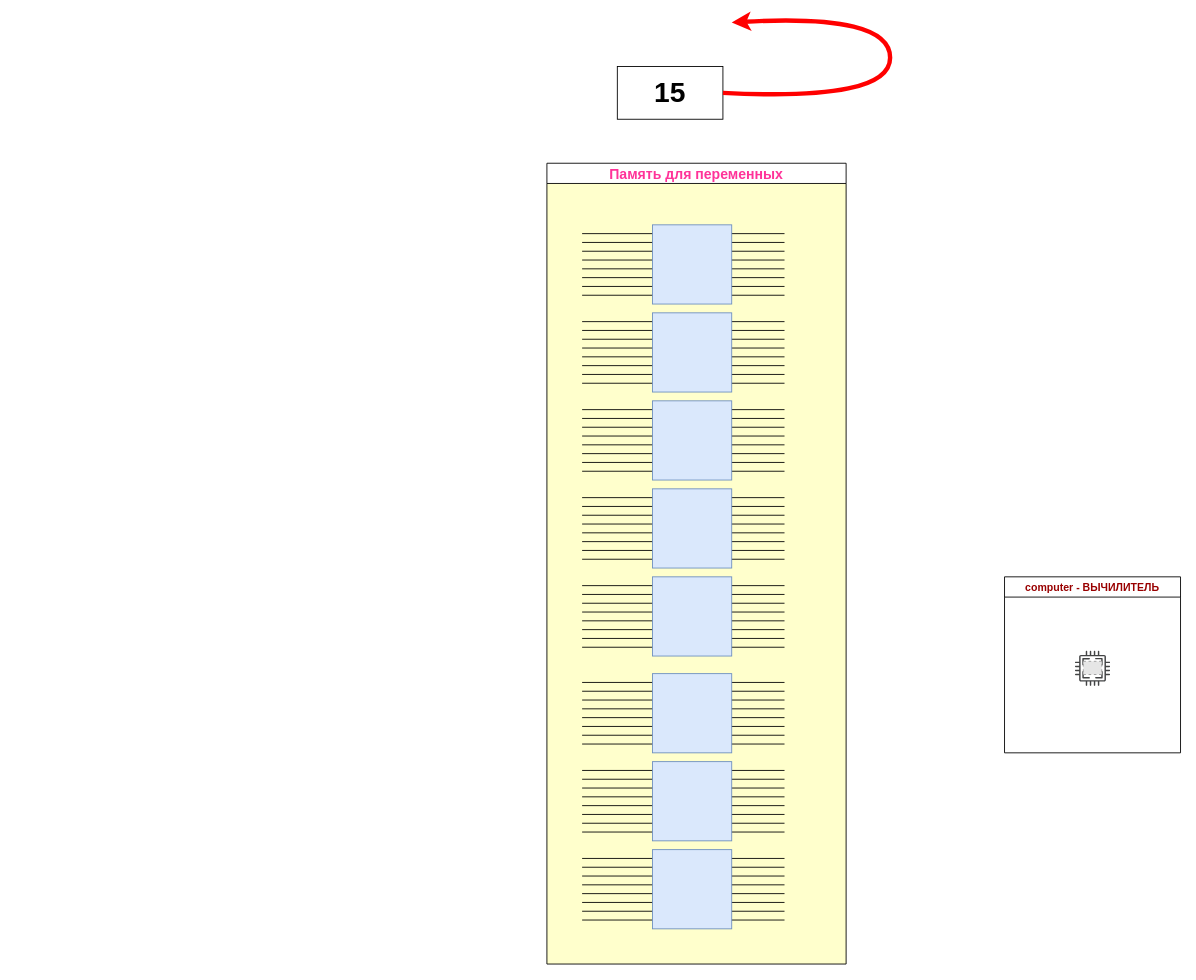
Before: page "переменные в памяти" (2 of 3) of Диаграмма без названия.drawio in DavidkaBenAvraham/full-stack-develeper-cource, a draw.io diagram. Source tidied: cells renumbered, new cells numbered last; positions are measured from the earlier drawing's top-left corner, leaving out a move shared by most shapes. Both pictures are drawn from the tidied source at 88%, with x=0, y=0 at pixel (546, 13). Pictures stored in the file or linked from it are replaced by grey dashed boxes.
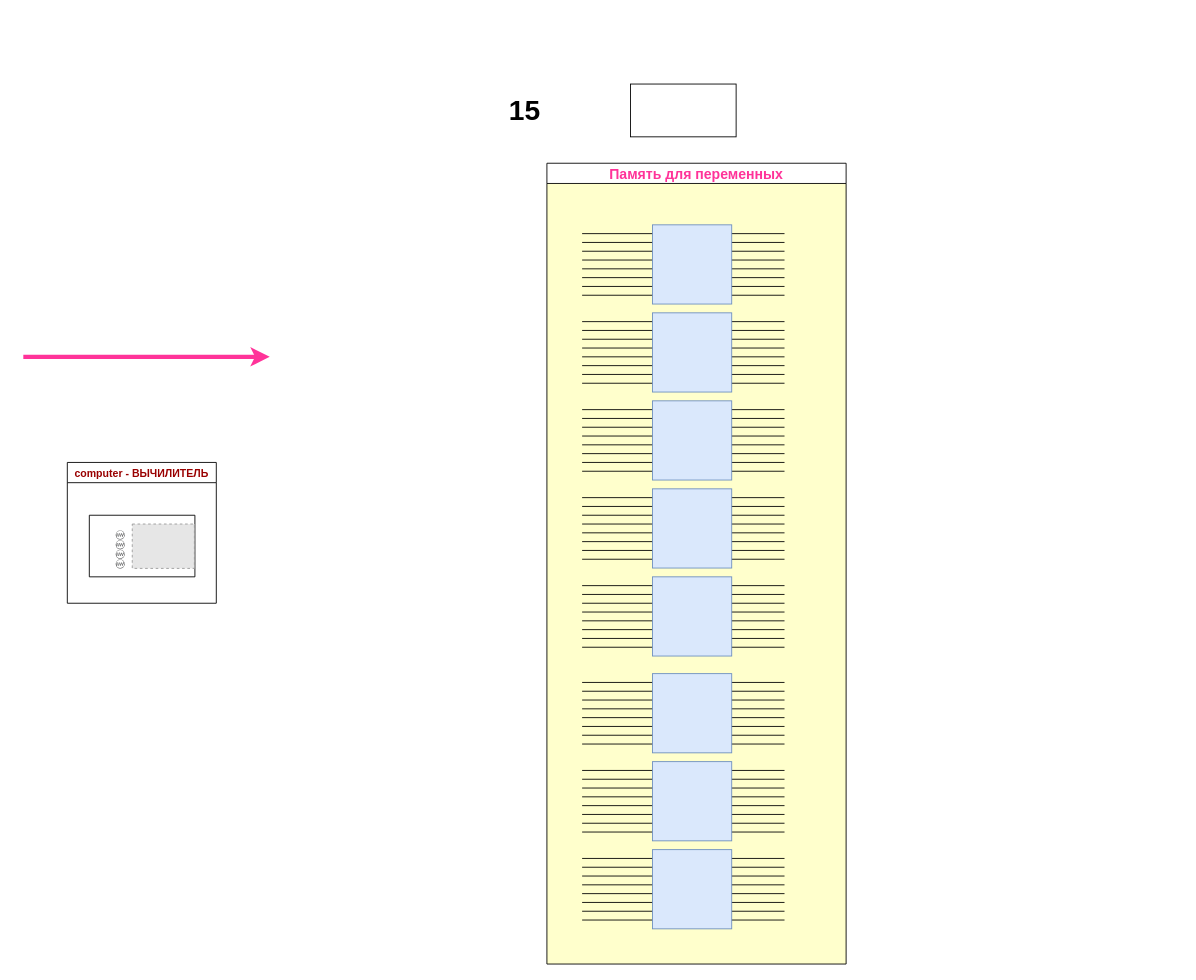
Above is the later version.

Diff of the diagram source:
```diff
@@
     <mxCell id="171" value="computer - ВЫЧИЛИТЕЛЬ" style="swimlane;fontColor=#990000;" parent="1" vertex="1">
-      <mxGeometry x="520" y="640" width="200" height="200" as="geometry" />
+      <mxGeometry x="-545" y="510" width="169.3" height="160" as="geometry" />
     </mxCell>
-    <mxCell id="172" style="group;" parent="171" vertex="1">
-      <mxGeometry x="80" y="84" width="40" height="40" as="geometry" />
-    </mxCell>
-    <mxCell id="173" style="sketch=0;shadow=0;dashed=0;html=1;strokeColor=none;fillColor=#434445;labelPosition=center;verticalLabelPosition=bottom;verticalAlign=top;align=center;shape=mxgraph.vvd.cpu;" parent="172" vertex="1">
-      <mxGeometry width="40" height="40" as="geometry" />
-    </mxCell>
-    <mxCell id="174" style="fillColor=#E6E6E6;strokeColor=#999999;dashed=1;verticalLabelPosition=bottom;verticalAlign=top;" parent="172" vertex="1">
-      <mxGeometry x="9.5" y="12" width="21" height="15" as="geometry" />
-    </mxCell>
-    <mxCell id="175" style="group;" parent="1" vertex="1">
-      <mxGeometry x="80" y="60" width="120" height="60" as="geometry" />
-    </mxCell>
+    <mxCell id="179" style="swimlane;startSize=0;" parent="171" vertex="1">
+      <mxGeometry x="25" y="60" width="120" height="70" as="geometry" />
+    </mxCell>
+    <mxCell id="180" style="group;" parent="179" vertex="1">
+      <mxGeometry x="30" y="10" width="89.4" height="50.9" as="geometry" />
+    </mxCell>
+    <mxCell id="181" style="fillColor=#E6E6E6;strokeColor=#999999;dashed=1;verticalLabelPosition=bottom;verticalAlign=top;fontFamily=Helvetica;fontSize=12;fontColor=default;" parent="180" vertex="1">
+      <mxGeometry x="18.8" width="70.6" height="50.4" as="geometry" />
+    </mxCell>
+    <mxCell id="182" style="shadow=0;dashed=0;html=1;strokeColor=none;fillColor=#434445;labelPosition=center;verticalLabelPosition=bottom;verticalAlign=top;align=center;shape=mxgraph.vvd.platform_services_controller;fontFamily=Helvetica;fontSize=12;fontColor=default;" parent="180" vertex="1">
+      <mxGeometry y="29.2" width="10.2" height="10.2" as="geometry" />
+    </mxCell>
+    <mxCell id="183" style="shadow=0;dashed=0;html=1;strokeColor=none;fillColor=#434445;labelPosition=center;verticalLabelPosition=bottom;verticalAlign=top;align=center;shape=mxgraph.vvd.platform_services_controller;fontFamily=Helvetica;fontSize=12;fontColor=default;" parent="180" vertex="1">
+      <mxGeometry y="40.3" width="10.2" height="10.2" as="geometry" />
+    </mxCell>
+    <mxCell id="184" style="shadow=0;dashed=0;html=1;strokeColor=none;fillColor=#434445;labelPosition=center;verticalLabelPosition=bottom;verticalAlign=top;align=center;shape=mxgraph.vvd.platform_services_controller;fontFamily=Helvetica;fontSize=12;fontColor=default;" parent="180" vertex="1">
+      <mxGeometry y="7.3" width="10.2" height="10.2" as="geometry" />
+    </mxCell>
+    <mxCell id="185" style="shadow=0;dashed=0;html=1;strokeColor=none;fillColor=#434445;labelPosition=center;verticalLabelPosition=bottom;verticalAlign=top;align=center;shape=mxgraph.vvd.platform_services_controller;fontFamily=Helvetica;fontSize=12;fontColor=default;" parent="180" vertex="1">
+      <mxGeometry y="18.4" width="10.2" height="10.2" as="geometry" />
+    </mxCell>
-    <mxCell id="176" style="whiteSpace=wrap;html=1;" parent="175" vertex="1">
-      <mxGeometry width="120" height="60" as="geometry" />
+    <mxCell id="176" style="whiteSpace=wrap;html=1;" parent="1" vertex="1">
+      <mxGeometry x="95" y="80" width="120" height="60" as="geometry" />
     </mxCell>
-    <mxCell id="177" value="&lt;font size=&quot;1&quot; style=&quot;&quot;&gt;&lt;b style=&quot;font-size: 32px;&quot;&gt;15&lt;/b&gt;&lt;/font&gt;" style="text;html=1;strokeColor=none;fillColor=none;align=center;verticalAlign=middle;whiteSpace=wrap;" parent="175" vertex="1">
-      <mxGeometry x="30" y="15" width="60" height="30" as="geometry" />
+    <mxCell id="177" value="&lt;font size=&quot;1&quot; style=&quot;&quot;&gt;&lt;b style=&quot;font-size: 32px;&quot;&gt;15&lt;/b&gt;&lt;/font&gt;" style="text;html=1;strokeColor=none;fillColor=none;align=center;verticalAlign=middle;whiteSpace=wrap;" parent="1" vertex="1">
+      <mxGeometry x="-55" y="95" width="60" height="30" as="geometry" />
     </mxCell>
-    <mxCell id="178" style="endArrow=classic;html=1;rounded=0;fontSize=18;strokeColor=#FF0000;strokeWidth=5;curved=1;" parent="1" edge="1">
-      <mxGeometry relative="1" as="geometry">
-        <mxPoint x="200" y="90" as="sourcePoint" />
-        <mxPoint x="210" y="10" as="targetPoint" />
-        <Array as="points">
-          <mxPoint x="390" y="100" />
-          <mxPoint x="390" />
-        </Array>
-      </mxGeometry>
-    </mxCell>
+    <mxCell id="186" style="endArrow=classic;html=1;rounded=0;strokeColor=#FF3399;strokeWidth=5;" parent="1" edge="1">
+      <mxGeometry relative="1" as="geometry">
+        <mxPoint x="-595" y="390" as="sourcePoint" />
+        <mxPoint x="-315" y="390" as="targetPoint" />
+      </mxGeometry>
+    </mxCell>
```
